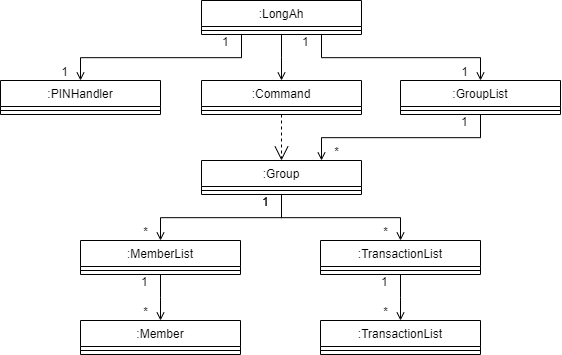
jing-xiang/tp keeps this draw.io diagram as docs/diagrams/main.png. Above is the earlier version. Source tidied: cells renumbered, new cells last; positions are measured from the earlier drawing's top-left corner, leaving out a move shared by most shapes. Its diagram source:
```xml
<mxGraphModel>
  <root>
    <mxCell id="0" />
    <mxCell id="1" parent="0" />
    <mxCell id="2" value=":GroupList" style="swimlane;fontStyle=0;align=center;verticalAlign=top;horizontal=1;startSize=26;rounded=0;shadow=0;strokeWidth=1;" parent="1" vertex="1">
      <mxGeometry x="400" y="80" width="160" height="34" as="geometry" />
    </mxCell>
    <mxCell id="3" style="line;html=1;strokeWidth=1;align=left;verticalAlign=middle;spacingTop=-1;spacingLeft=3;spacingRight=3;labelPosition=right;" parent="2" vertex="1">
      <mxGeometry y="26" width="160" height="8" as="geometry" />
    </mxCell>
    <mxCell id="4" value=":LongAh" style="swimlane;fontStyle=0;align=center;verticalAlign=top;horizontal=1;startSize=26;rounded=0;shadow=0;strokeWidth=1;" parent="1" vertex="1">
      <mxGeometry x="201" width="160" height="34" as="geometry" />
    </mxCell>
    <mxCell id="5" style="line;html=1;strokeWidth=1;align=left;verticalAlign=middle;spacingTop=-1;spacingLeft=3;spacingRight=3;labelPosition=right;" parent="4" vertex="1">
      <mxGeometry y="26" width="160" height="8" as="geometry" />
    </mxCell>
    <mxCell id="6" style="endArrow=open;shadow=0;strokeWidth=1;rounded=0;curved=0;endFill=1;edgeStyle=elbowEdgeStyle;elbow=vertical;exitX=0.75;exitY=1;exitDx=0;exitDy=0;entryX=0.5;entryY=0;entryDx=0;entryDy=0;" parent="1" edge="1" source="4" target="2">
      <mxGeometry x="0.5" y="41" relative="1" as="geometry">
        <mxPoint x="-40" y="32" as="offset" />
      </mxGeometry>
    </mxCell>
    <mxCell id="7" value="1" style="align=left;verticalAlign=bottom;labelBackgroundColor=none;fontSize=12;" parent="6" vertex="1">
      <mxGeometry x="-1" relative="1" as="geometry">
        <mxPoint x="-21" y="16" as="offset" />
      </mxGeometry>
    </mxCell>
    <mxCell id="8" value="1" style="align=right;verticalAlign=bottom;labelBackgroundColor=none;fontSize=12;" parent="6" vertex="1">
      <mxGeometry x="1" relative="1" as="geometry">
        <mxPoint x="-11" as="offset" />
      </mxGeometry>
    </mxCell>
    <mxCell id="9" value=":PINHandler" style="swimlane;fontStyle=0;align=center;verticalAlign=top;horizontal=1;startSize=26;rounded=0;shadow=0;strokeWidth=1;" parent="1" vertex="1">
      <mxGeometry y="80" width="160" height="34" as="geometry" />
    </mxCell>
    <mxCell id="10" style="line;html=1;strokeWidth=1;align=left;verticalAlign=middle;spacingTop=-1;spacingLeft=3;spacingRight=3;labelPosition=right;" parent="9" vertex="1">
      <mxGeometry y="26" width="160" height="8" as="geometry" />
    </mxCell>
    <mxCell id="11" style="endArrow=open;shadow=0;strokeWidth=1;rounded=0;curved=0;endFill=1;edgeStyle=elbowEdgeStyle;elbow=vertical;entryX=0.5;entryY=0;entryDx=0;entryDy=0;exitX=0.25;exitY=1;exitDx=0;exitDy=0;" parent="1" edge="1" source="4" target="9">
      <mxGeometry x="0.5" y="41" relative="1" as="geometry">
        <mxPoint x="-40" y="32" as="offset" />
      </mxGeometry>
    </mxCell>
    <mxCell id="12" value="1" style="align=left;verticalAlign=bottom;labelBackgroundColor=none;fontSize=12;" parent="11" vertex="1">
      <mxGeometry x="-1" relative="1" as="geometry">
        <mxPoint x="-21" y="16" as="offset" />
      </mxGeometry>
    </mxCell>
    <mxCell id="13" value="1" style="align=right;verticalAlign=bottom;labelBackgroundColor=none;fontSize=12;" parent="11" vertex="1">
      <mxGeometry x="1" relative="1" as="geometry">
        <mxPoint x="-11" as="offset" />
      </mxGeometry>
    </mxCell>
    <mxCell id="14" value=":Group" style="swimlane;fontStyle=0;align=center;verticalAlign=top;horizontal=1;startSize=26;rounded=0;shadow=0;strokeWidth=1;" parent="1" vertex="1">
      <mxGeometry x="201" y="160" width="160" height="34" as="geometry" />
    </mxCell>
    <mxCell id="15" style="line;html=1;strokeWidth=1;align=left;verticalAlign=middle;spacingTop=-1;spacingLeft=3;spacingRight=3;labelPosition=right;" parent="14" vertex="1">
      <mxGeometry y="26" width="160" height="8" as="geometry" />
    </mxCell>
    <mxCell id="16" style="endArrow=open;shadow=0;strokeWidth=1;rounded=0;curved=0;endFill=1;edgeStyle=elbowEdgeStyle;elbow=vertical;exitX=0.5;exitY=1;exitDx=0;exitDy=0;entryX=0.75;entryY=0;entryDx=0;entryDy=0;" parent="1" edge="1" source="2" target="14">
      <mxGeometry x="0.5" y="41" relative="1" as="geometry">
        <mxPoint x="-40" y="32" as="offset" />
      </mxGeometry>
    </mxCell>
    <mxCell id="17" value="1" style="align=left;verticalAlign=bottom;labelBackgroundColor=none;fontSize=12;" parent="16" vertex="1">
      <mxGeometry x="-1" relative="1" as="geometry">
        <mxPoint x="-21" y="16" as="offset" />
      </mxGeometry>
    </mxCell>
    <mxCell id="18" value="*" style="align=right;verticalAlign=bottom;labelBackgroundColor=none;fontSize=12;" parent="16" vertex="1">
      <mxGeometry x="1" relative="1" as="geometry">
        <mxPoint x="19" as="offset" />
      </mxGeometry>
    </mxCell>
    <mxCell id="19" value=":TransactionList" style="swimlane;fontStyle=0;align=center;verticalAlign=top;horizontal=1;startSize=26;rounded=0;shadow=0;strokeWidth=1;" parent="1" vertex="1">
      <mxGeometry x="320" y="240" width="160" height="34" as="geometry" />
    </mxCell>
    <mxCell id="20" style="line;html=1;strokeWidth=1;align=left;verticalAlign=middle;spacingTop=-1;spacingLeft=3;spacingRight=3;labelPosition=right;" parent="19" vertex="1">
      <mxGeometry y="26" width="160" height="8" as="geometry" />
    </mxCell>
    <mxCell id="21" value=":MemberList" style="swimlane;fontStyle=0;align=center;verticalAlign=top;horizontal=1;startSize=26;rounded=0;shadow=0;strokeWidth=1;" parent="1" vertex="1">
      <mxGeometry x="80" y="240" width="160" height="34" as="geometry" />
    </mxCell>
    <mxCell id="22" style="line;html=1;strokeWidth=1;align=left;verticalAlign=middle;spacingTop=-1;spacingLeft=3;spacingRight=3;labelPosition=right;" parent="21" vertex="1">
      <mxGeometry y="26" width="160" height="8" as="geometry" />
    </mxCell>
    <mxCell id="23" style="endArrow=open;shadow=0;strokeWidth=1;rounded=0;curved=0;endFill=1;edgeStyle=elbowEdgeStyle;elbow=vertical;exitX=0.5;exitY=1;exitDx=0;exitDy=0;entryX=0.5;entryY=0;entryDx=0;entryDy=0;" parent="1" edge="1" source="14" target="21">
      <mxGeometry x="0.5" y="41" relative="1" as="geometry">
        <mxPoint x="-40" y="32" as="offset" />
      </mxGeometry>
    </mxCell>
    <mxCell id="24" value="1" style="align=left;verticalAlign=bottom;labelBackgroundColor=none;fontSize=12;" parent="23" vertex="1">
      <mxGeometry x="-1" relative="1" as="geometry">
        <mxPoint x="-21" y="16" as="offset" />
      </mxGeometry>
    </mxCell>
    <mxCell id="25" value="*" style="align=right;verticalAlign=bottom;labelBackgroundColor=none;fontSize=12;" parent="23" vertex="1">
      <mxGeometry x="1" relative="1" as="geometry">
        <mxPoint x="-11" as="offset" />
      </mxGeometry>
    </mxCell>
    <mxCell id="26" style="endArrow=open;shadow=0;strokeWidth=1;rounded=0;curved=0;endFill=1;edgeStyle=elbowEdgeStyle;elbow=vertical;exitX=0.5;exitY=1;exitDx=0;exitDy=0;entryX=0.5;entryY=0;entryDx=0;entryDy=0;" parent="1" edge="1" source="14" target="19">
      <mxGeometry x="0.5" y="41" relative="1" as="geometry">
        <mxPoint x="-40" y="32" as="offset" />
      </mxGeometry>
    </mxCell>
    <mxCell id="27" value="1" style="align=left;verticalAlign=bottom;labelBackgroundColor=none;fontSize=12;" parent="26" vertex="1">
      <mxGeometry x="-1" relative="1" as="geometry">
        <mxPoint x="-21" y="16" as="offset" />
      </mxGeometry>
    </mxCell>
    <mxCell id="28" value="*" style="align=right;verticalAlign=bottom;labelBackgroundColor=none;fontSize=12;" parent="26" vertex="1">
      <mxGeometry x="1" relative="1" as="geometry">
        <mxPoint x="-11" as="offset" />
      </mxGeometry>
    </mxCell>
    <mxCell id="29" value=":Member" style="swimlane;fontStyle=0;align=center;verticalAlign=top;horizontal=1;startSize=26;rounded=0;shadow=0;strokeWidth=1;" parent="1" vertex="1">
      <mxGeometry x="80" y="320" width="160" height="34" as="geometry" />
    </mxCell>
    <mxCell id="30" style="line;html=1;strokeWidth=1;align=left;verticalAlign=middle;spacingTop=-1;spacingLeft=3;spacingRight=3;labelPosition=right;" parent="29" vertex="1">
      <mxGeometry y="26" width="160" height="8" as="geometry" />
    </mxCell>
    <mxCell id="31" style="endArrow=open;shadow=0;strokeWidth=1;rounded=0;curved=0;endFill=1;edgeStyle=elbowEdgeStyle;elbow=vertical;exitX=0.5;exitY=1;exitDx=0;exitDy=0;entryX=0.5;entryY=0;entryDx=0;entryDy=0;" parent="1" edge="1" source="21" target="29">
      <mxGeometry x="0.5" y="41" relative="1" as="geometry">
        <mxPoint x="-40" y="32" as="offset" />
      </mxGeometry>
    </mxCell>
    <mxCell id="32" value="1" style="align=left;verticalAlign=bottom;labelBackgroundColor=none;fontSize=12;" parent="31" vertex="1">
      <mxGeometry x="-1" relative="1" as="geometry">
        <mxPoint x="-21" y="16" as="offset" />
      </mxGeometry>
    </mxCell>
    <mxCell id="33" value="*" style="align=right;verticalAlign=bottom;labelBackgroundColor=none;fontSize=12;" parent="31" vertex="1">
      <mxGeometry x="1" relative="1" as="geometry">
        <mxPoint x="-11" as="offset" />
      </mxGeometry>
    </mxCell>
    <mxCell id="34" style="endArrow=open;shadow=0;strokeWidth=1;rounded=0;curved=0;endFill=1;edgeStyle=elbowEdgeStyle;elbow=vertical;exitX=0.5;exitY=1;exitDx=0;exitDy=0;entryX=0.5;entryY=0;entryDx=0;entryDy=0;" parent="1" edge="1" source="19" target="37">
      <mxGeometry x="0.5" y="41" relative="1" as="geometry">
        <mxPoint x="-40" y="32" as="offset" />
      </mxGeometry>
    </mxCell>
    <mxCell id="35" value="1" style="align=left;verticalAlign=bottom;labelBackgroundColor=none;fontSize=12;" parent="34" vertex="1">
      <mxGeometry x="-1" relative="1" as="geometry">
        <mxPoint x="-21" y="16" as="offset" />
      </mxGeometry>
    </mxCell>
    <mxCell id="36" value="*" style="align=right;verticalAlign=bottom;labelBackgroundColor=none;fontSize=12;" parent="34" vertex="1">
      <mxGeometry x="1" relative="1" as="geometry">
        <mxPoint x="-11" as="offset" />
      </mxGeometry>
    </mxCell>
    <mxCell id="37" value=":TransactionList" style="swimlane;fontStyle=0;align=center;verticalAlign=top;horizontal=1;startSize=26;rounded=0;shadow=0;strokeWidth=1;" parent="1" vertex="1">
      <mxGeometry x="320" y="320" width="160" height="34" as="geometry" />
    </mxCell>
    <mxCell id="38" style="line;html=1;strokeWidth=1;align=left;verticalAlign=middle;spacingTop=-1;spacingLeft=3;spacingRight=3;labelPosition=right;" parent="37" vertex="1">
      <mxGeometry y="26" width="160" height="8" as="geometry" />
    </mxCell>
    <mxCell id="39" value=":Command" style="swimlane;fontStyle=0;align=center;verticalAlign=top;horizontal=1;startSize=26;rounded=0;shadow=0;strokeWidth=1;" parent="1" vertex="1">
      <mxGeometry x="201" y="80" width="160" height="34" as="geometry" />
    </mxCell>
    <mxCell id="40" style="line;html=1;strokeWidth=1;align=left;verticalAlign=middle;spacingTop=-1;spacingLeft=3;spacingRight=3;labelPosition=right;" parent="39" vertex="1">
      <mxGeometry y="26" width="160" height="8" as="geometry" />
    </mxCell>
    <mxCell id="41" style="endArrow=open;shadow=0;strokeWidth=1;rounded=0;curved=0;endFill=1;edgeStyle=elbowEdgeStyle;elbow=vertical;entryX=0.5;entryY=0;entryDx=0;entryDy=0;exitX=0.5;exitY=1;exitDx=0;exitDy=0;" parent="1" edge="1" source="4" target="39">
      <mxGeometry x="0.5" y="41" relative="1" as="geometry">
        <mxPoint x="-40" y="32" as="offset" />
      </mxGeometry>
    </mxCell>
    <mxCell id="42" style="endArrow=open;endSize=12;dashed=1;html=1;rounded=0;exitX=0.5;exitY=1;exitDx=0;exitDy=0;entryX=0.5;entryY=0;entryDx=0;entryDy=0;" parent="1" edge="1" source="39" target="14">
      <mxGeometry relative="1" as="geometry" />
    </mxCell>
  </root>
</mxGraphModel>
```
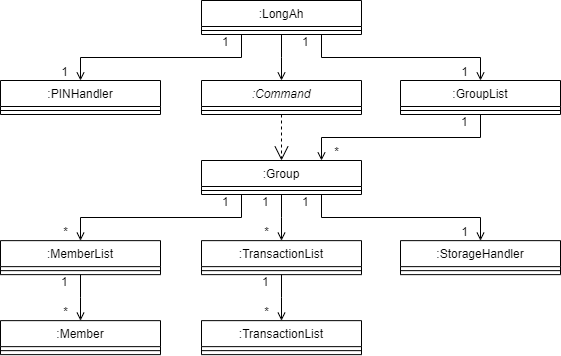
Later version of the same file.

Change to the diagram source:
```diff
@@ -72,18 +72,18 @@
       </mxGeometry>
     </mxCell>
     <mxCell id="19" value=":TransactionList" style="swimlane;fontStyle=0;align=center;verticalAlign=top;horizontal=1;startSize=26;rounded=0;shadow=0;strokeWidth=1;" parent="1" vertex="1">
-      <mxGeometry x="320" y="240" width="160" height="34" as="geometry" />
+      <mxGeometry x="201" y="240.1" width="160" height="34" as="geometry" />
     </mxCell>
     <mxCell id="20" style="line;html=1;strokeWidth=1;align=left;verticalAlign=middle;spacingTop=-1;spacingLeft=3;spacingRight=3;labelPosition=right;" parent="19" vertex="1">
       <mxGeometry y="26" width="160" height="8" as="geometry" />
     </mxCell>
     <mxCell id="21" value=":MemberList" style="swimlane;fontStyle=0;align=center;verticalAlign=top;horizontal=1;startSize=26;rounded=0;shadow=0;strokeWidth=1;" parent="1" vertex="1">
-      <mxGeometry x="80" y="240" width="160" height="34" as="geometry" />
+      <mxGeometry y="240.1" width="160" height="34" as="geometry" />
     </mxCell>
     <mxCell id="22" style="line;html=1;strokeWidth=1;align=left;verticalAlign=middle;spacingTop=-1;spacingLeft=3;spacingRight=3;labelPosition=right;" parent="21" vertex="1">
       <mxGeometry y="26" width="160" height="8" as="geometry" />
     </mxCell>
-    <mxCell id="23" style="endArrow=open;shadow=0;strokeWidth=1;rounded=0;curved=0;endFill=1;edgeStyle=elbowEdgeStyle;elbow=vertical;exitX=0.5;exitY=1;exitDx=0;exitDy=0;entryX=0.5;entryY=0;entryDx=0;entryDy=0;" parent="1" edge="1" source="14" target="21">
+    <mxCell id="23" style="endArrow=open;shadow=0;strokeWidth=1;rounded=0;curved=0;endFill=1;edgeStyle=elbowEdgeStyle;elbow=vertical;exitX=0.25;exitY=1;exitDx=0;exitDy=0;entryX=0.5;entryY=0;entryDx=0;entryDy=0;" parent="1" edge="1" source="14" target="21">
       <mxGeometry x="0.5" y="41" relative="1" as="geometry">
         <mxPoint x="-40" y="32" as="offset" />
       </mxGeometry>
@@ -114,7 +114,7 @@
       </mxGeometry>
     </mxCell>
     <mxCell id="29" value=":Member" style="swimlane;fontStyle=0;align=center;verticalAlign=top;horizontal=1;startSize=26;rounded=0;shadow=0;strokeWidth=1;" parent="1" vertex="1">
-      <mxGeometry x="80" y="320" width="160" height="34" as="geometry" />
+      <mxGeometry y="320.1" width="160" height="34" as="geometry" />
     </mxCell>
     <mxCell id="30" style="line;html=1;strokeWidth=1;align=left;verticalAlign=middle;spacingTop=-1;spacingLeft=3;spacingRight=3;labelPosition=right;" parent="29" vertex="1">
       <mxGeometry y="26" width="160" height="8" as="geometry" />
@@ -150,12 +150,12 @@
       </mxGeometry>
     </mxCell>
     <mxCell id="37" value=":TransactionList" style="swimlane;fontStyle=0;align=center;verticalAlign=top;horizontal=1;startSize=26;rounded=0;shadow=0;strokeWidth=1;" parent="1" vertex="1">
-      <mxGeometry x="320" y="320" width="160" height="34" as="geometry" />
+      <mxGeometry x="201" y="320.1" width="160" height="34" as="geometry" />
     </mxCell>
     <mxCell id="38" style="line;html=1;strokeWidth=1;align=left;verticalAlign=middle;spacingTop=-1;spacingLeft=3;spacingRight=3;labelPosition=right;" parent="37" vertex="1">
       <mxGeometry y="26" width="160" height="8" as="geometry" />
     </mxCell>
-    <mxCell id="39" value=":Command" style="swimlane;fontStyle=0;align=center;verticalAlign=top;horizontal=1;startSize=26;rounded=0;shadow=0;strokeWidth=1;" parent="1" vertex="1">
+    <mxCell id="39" value=":Command" style="swimlane;fontStyle=2;align=center;verticalAlign=top;horizontal=1;startSize=26;rounded=0;shadow=0;strokeWidth=1;" parent="1" vertex="1">
       <mxGeometry x="201" y="80" width="160" height="34" as="geometry" />
     </mxCell>
     <mxCell id="40" style="line;html=1;strokeWidth=1;align=left;verticalAlign=middle;spacingTop=-1;spacingLeft=3;spacingRight=3;labelPosition=right;" parent="39" vertex="1">
@@ -169,5 +169,26 @@
     <mxCell id="42" style="endArrow=open;endSize=12;dashed=1;html=1;rounded=0;exitX=0.5;exitY=1;exitDx=0;exitDy=0;entryX=0.5;entryY=0;entryDx=0;entryDy=0;" parent="1" edge="1" source="39" target="14">
       <mxGeometry relative="1" as="geometry" />
     </mxCell>
+    <mxCell id="43" value=":StorageHandler" style="swimlane;fontStyle=0;align=center;verticalAlign=top;horizontal=1;startSize=26;rounded=0;shadow=0;strokeWidth=1;" parent="1" vertex="1">
+      <mxGeometry x="400" y="240.1" width="160" height="34" as="geometry" />
+    </mxCell>
+    <mxCell id="44" style="line;html=1;strokeWidth=1;align=left;verticalAlign=middle;spacingTop=-1;spacingLeft=3;spacingRight=3;labelPosition=right;" parent="43" vertex="1">
+      <mxGeometry y="26" width="160" height="8" as="geometry" />
+    </mxCell>
+    <mxCell id="45" style="endArrow=open;shadow=0;strokeWidth=1;rounded=0;curved=0;endFill=1;edgeStyle=elbowEdgeStyle;elbow=vertical;entryX=0.5;entryY=0;entryDx=0;entryDy=0;exitX=0.75;exitY=1;exitDx=0;exitDy=0;" parent="1" edge="1" source="14" target="43">
+      <mxGeometry x="0.5" y="41" relative="1" as="geometry">
+        <mxPoint x="-40" y="32" as="offset" />
+      </mxGeometry>
+    </mxCell>
+    <mxCell id="46" value="1" style="align=left;verticalAlign=bottom;labelBackgroundColor=none;fontSize=12;" parent="45" vertex="1">
+      <mxGeometry x="-1" relative="1" as="geometry">
+        <mxPoint x="-21" y="16" as="offset" />
+      </mxGeometry>
+    </mxCell>
+    <mxCell id="47" value="1" style="align=right;verticalAlign=bottom;labelBackgroundColor=none;fontSize=12;" parent="45" vertex="1">
+      <mxGeometry x="1" relative="1" as="geometry">
+        <mxPoint x="-11" as="offset" />
+      </mxGeometry>
+    </mxCell>
   </root>
 </mxGraphModel>
```
